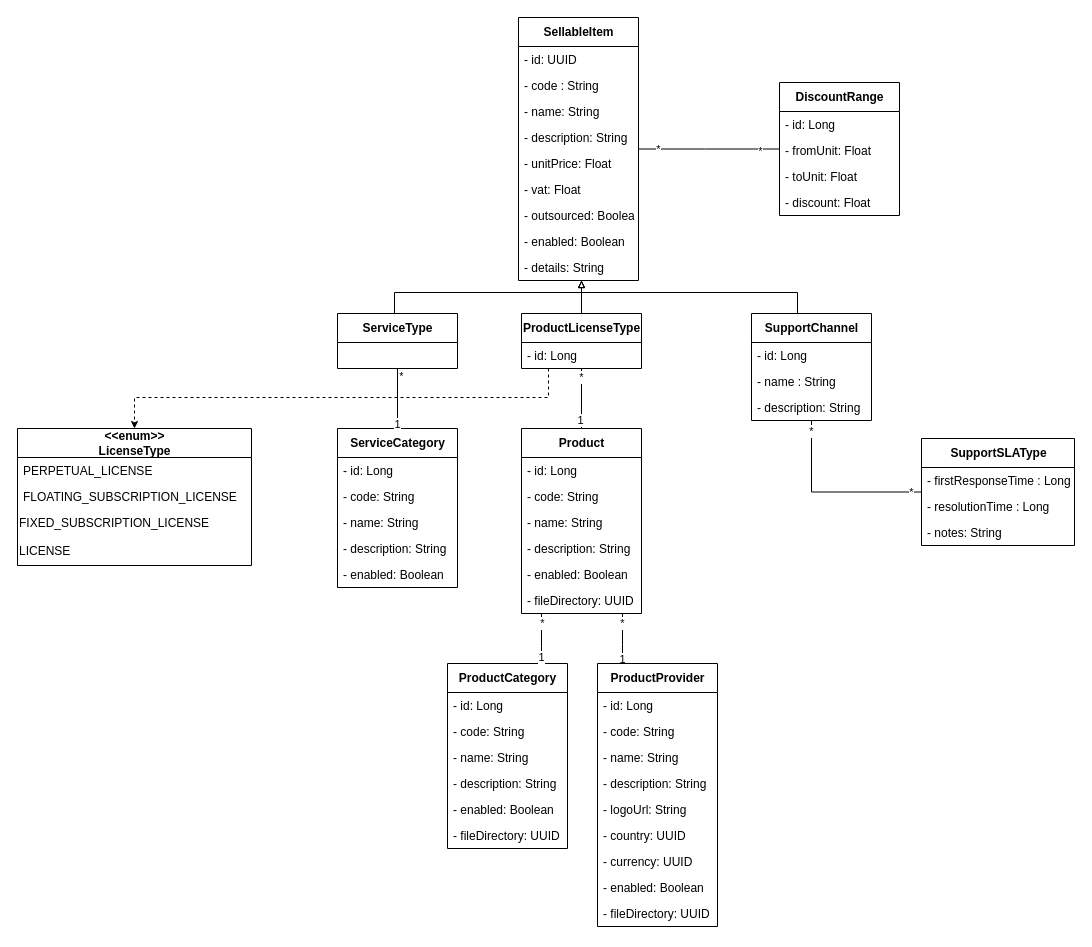
ZidiMedAmine/UML keeps this draw.io diagram as Sellable/_DiagrammeClasseSellable.drawio. Above is the earlier version. Source tidied: cells renumbered, new cells numbered last; positions are measured from the earlier drawing's top-left corner, leaving out a move shared by most shapes. Both pictures are drawn from the tidied source at 100%, with x=0, y=0 at pixel (17, 17).
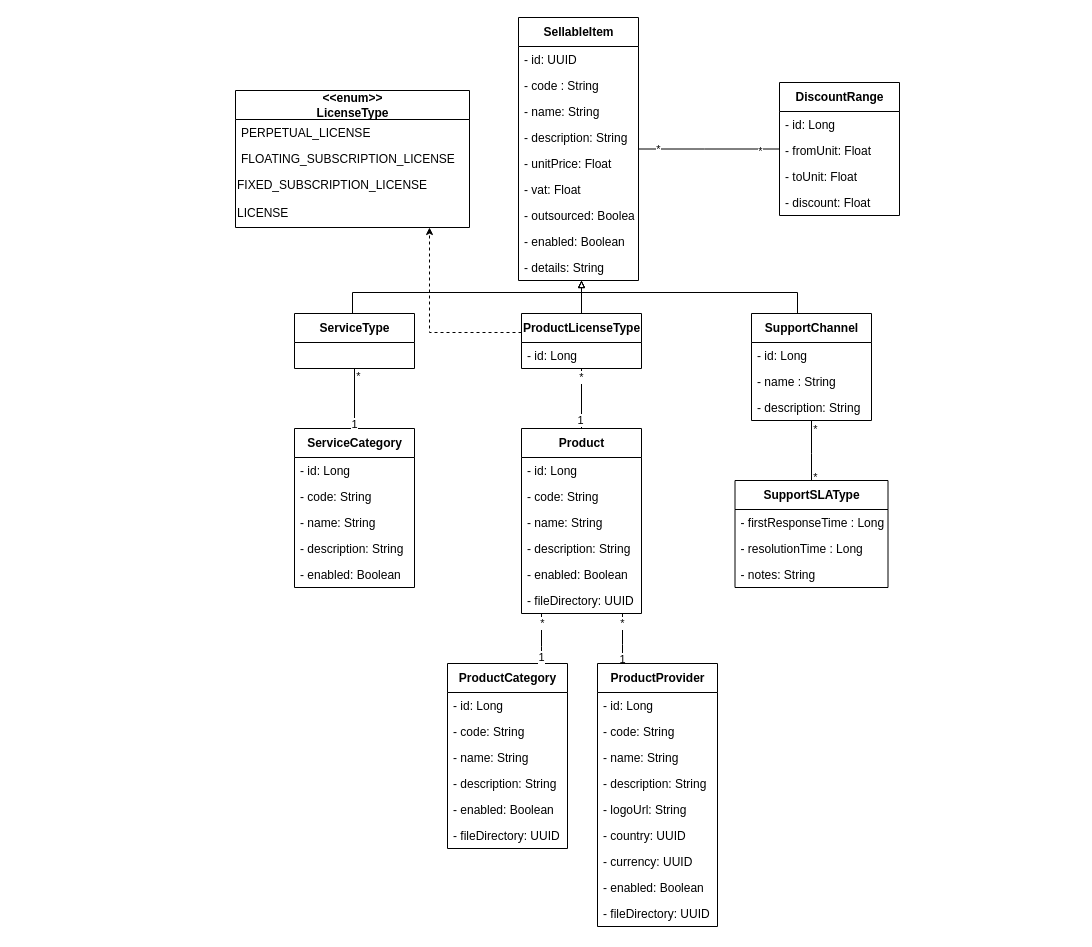
Above is the later version.

The change refers to these unchanged cells:
```xml
<mxCell id="2" value="&lt;b&gt;SellableItem&lt;/b&gt;" style="swimlane;fontStyle=0;align=center;verticalAlign=middle;horizontal=1;startSize=29;html=1;fontSize=12;labelPosition=center;verticalLabelPosition=middle;strokeColor=default;swimlaneLine=1;rounded=0;shadow=0;glass=0;sketch=0;perimeterSpacing=0;" parent="1" vertex="1">
  <mxGeometry x="501" width="120" height="263" as="geometry" />
</mxCell>
<mxCell id="19" value="&lt;b&gt;ProductLicenseType&lt;/b&gt;" style="swimlane;fontStyle=0;align=center;verticalAlign=middle;horizontal=1;startSize=29;html=1;fontSize=12;labelPosition=center;verticalLabelPosition=middle;strokeColor=default;swimlaneLine=1;rounded=0;shadow=0;glass=0;sketch=0;perimeterSpacing=0;" parent="1" vertex="1">
  <mxGeometry x="504" y="296" width="120" height="55" as="geometry" />
</mxCell>
<mxCell id="22" value="&lt;b&gt;SupportChannel&lt;/b&gt;" style="swimlane;fontStyle=0;align=center;verticalAlign=middle;horizontal=1;startSize=29;html=1;fontSize=12;labelPosition=center;verticalLabelPosition=middle;strokeColor=default;swimlaneLine=1;rounded=0;shadow=0;glass=0;sketch=0;perimeterSpacing=0;" parent="1" vertex="1">
  <mxGeometry x="734" y="296" width="120" height="107" as="geometry" />
</mxCell>
```

What changed in the source:
```diff
@@
     <mxCell id="18" style="edgeStyle=orthogonalEdgeStyle;rounded=0;jettySize=auto;html=1;endArrow=classic;endFill=1;startSize=5;endSize=5;dashed=1;" parent="1" edge="1" source="19" target="31">
       <mxGeometry relative="1" as="geometry">
         <Array as="points">
-          <mxPoint x="531" y="380" />
-          <mxPoint x="117" y="380" />
+          <mxPoint x="412" y="315" />
         </Array>
       </mxGeometry>
     </mxCell>
@@
     <mxCell id="26" style="edgeStyle=orthogonalEdgeStyle;rounded=0;jettySize=auto;html=1;endArrow=block;endFill=0;endSize=5;startSize=5;" parent="1" edge="1" source="27" target="2">
       <mxGeometry relative="1" as="geometry">
         <Array as="points">
-          <mxPoint x="377" y="275" />
+          <mxPoint x="335" y="275" />
           <mxPoint x="564" y="275" />
         </Array>
       </mxGeometry>
     </mxCell>
     <mxCell id="27" value="&lt;b&gt;ServiceType&lt;/b&gt;" style="swimlane;fontStyle=0;align=center;verticalAlign=middle;horizontal=1;startSize=29;html=1;fontSize=12;labelPosition=center;verticalLabelPosition=middle;strokeColor=default;swimlaneLine=1;rounded=0;shadow=0;glass=0;sketch=0;perimeterSpacing=0;" parent="1" vertex="1">
-      <mxGeometry x="320" y="296" width="120" height="55" as="geometry" />
+      <mxGeometry x="277" y="296" width="120" height="55" as="geometry" />
     </mxCell>
@@
     <mxCell id="31" value="&lt;b&gt;&amp;lt;&amp;lt;enum&amp;gt;&amp;gt;&lt;/b&gt;&lt;br&gt;&lt;b&gt;LicenseType&lt;/b&gt;" style="swimlane;fontStyle=0;align=center;verticalAlign=middle;horizontal=1;startSize=29;html=1;fontSize=12;labelPosition=center;verticalLabelPosition=middle;swimlaneLine=1;rounded=0;sketch=0;glass=0;" parent="1" vertex="1">
-      <mxGeometry y="411" width="234" height="137" as="geometry" />
+      <mxGeometry x="218" y="73" width="234" height="137" as="geometry" />
     </mxCell>
@@
     <mxCell id="36" value="&lt;b&gt;ServiceCategory&lt;/b&gt;" style="swimlane;fontStyle=0;align=center;verticalAlign=middle;horizontal=1;startSize=29;html=1;fontSize=12;labelPosition=center;verticalLabelPosition=middle;strokeColor=default;swimlaneLine=1;rounded=0;shadow=0;glass=0;sketch=0;perimeterSpacing=0;" parent="1" vertex="1">
-      <mxGeometry x="320" y="411" width="120" height="159" as="geometry" />
+      <mxGeometry x="277" y="411" width="120" height="159" as="geometry" />
     </mxCell>
@@
     <mxCell id="78" style="edgeStyle=orthogonalEdgeStyle;rounded=0;jettySize=auto;html=1;endArrow=none;endFill=0;startSize=5;endSize=5;" parent="1" edge="1" source="81" target="22">
-      <mxGeometry relative="1" as="geometry" />
+      <mxGeometry relative="1" as="geometry">
+        <Array as="points">
+          <mxPoint x="794" y="436" />
+          <mxPoint x="794" y="436" />
+        </Array>
+      </mxGeometry>
     </mxCell>
     <mxCell id="79" value="*" style="edgeLabel;html=1;align=center;verticalAlign=middle;" parent="78" vertex="1">
       <mxGeometry x="-0.88" y="-2" relative="1" as="geometry">
-        <mxPoint y="2" as="offset" />
+        <mxPoint x="1" as="offset" />
       </mxGeometry>
     </mxCell>
-    <mxCell id="80" value="*" style="edgeLabel;html=1;align=center;verticalAlign=middle;" parent="78" vertex="1">
-      <mxGeometry x="0.88" y="1" relative="1" as="geometry" />
+    <mxCell id="80" value="*" style="edgeLabel;html=1;align=center;verticalAlign=middle;labelBackgroundColor=default;fontColor=default;labelBorderColor=none;" parent="78" vertex="1">
+      <mxGeometry x="0.88" y="1" relative="1" as="geometry">
+        <mxPoint x="4" y="4" as="offset" />
+      </mxGeometry>
     </mxCell>
     <mxCell id="81" value="&lt;b&gt;SupportSLAType&lt;/b&gt;" style="swimlane;fontStyle=0;align=center;verticalAlign=middle;horizontal=1;startSize=29;html=1;fontSize=12;labelPosition=center;verticalLabelPosition=middle;strokeColor=default;swimlaneLine=1;rounded=0;shadow=0;glass=0;sketch=0;perimeterSpacing=0;" parent="1" vertex="1">
-      <mxGeometry x="904" y="421" width="153" height="107" as="geometry" />
+      <mxGeometry x="717.5" y="463" width="153" height="107" as="geometry" />
     </mxCell>
```
